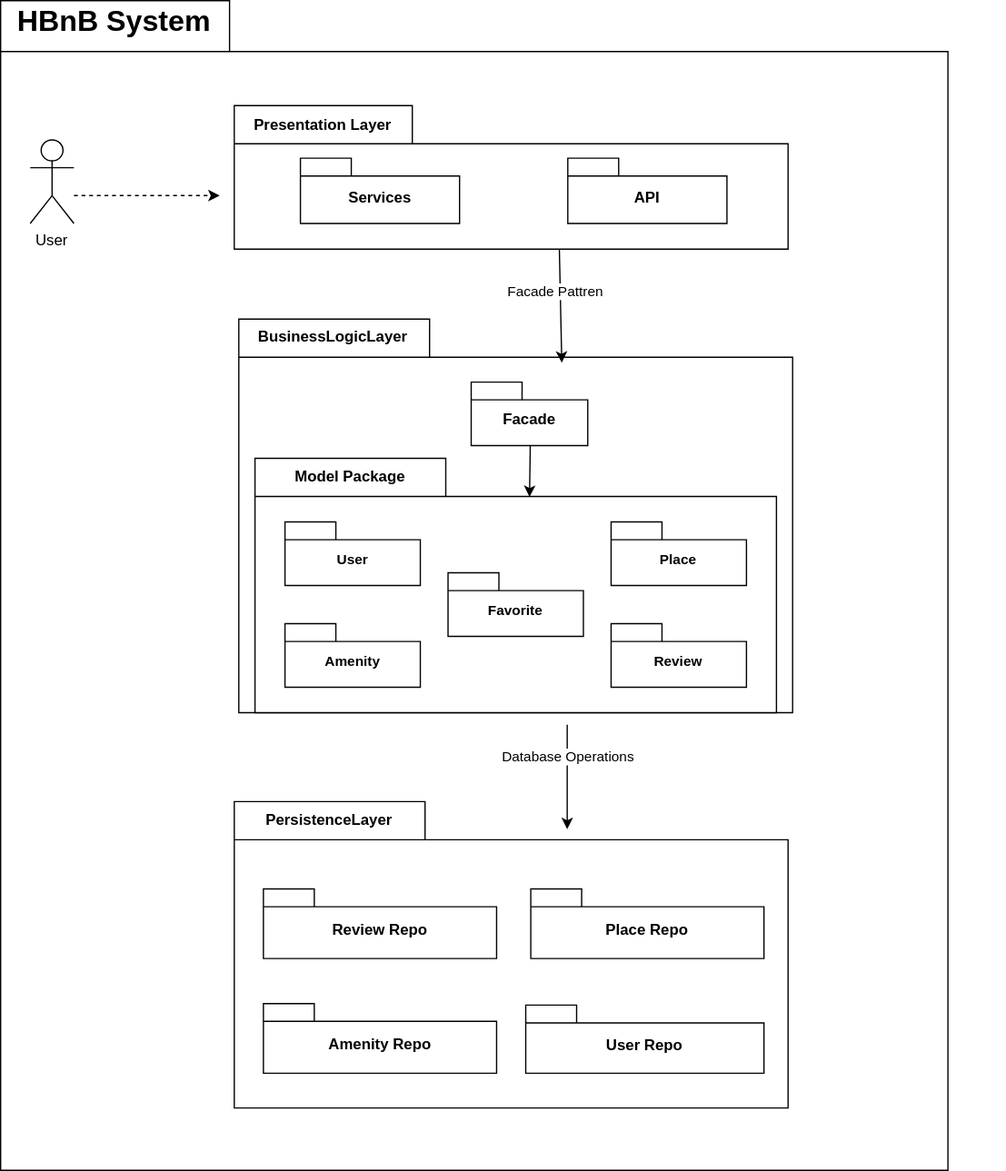
Earlier version of the draw.io export part1/SoftwareArchitecturePatterns/Hbnb_High_Level_Package_Diagram.svg (t8pr/holbertonschool-hbnb). Source tidied: cells renumbered, new cells last; positions are measured from the earlier drawing's top-left corner, leaving out a move shared by most shapes.
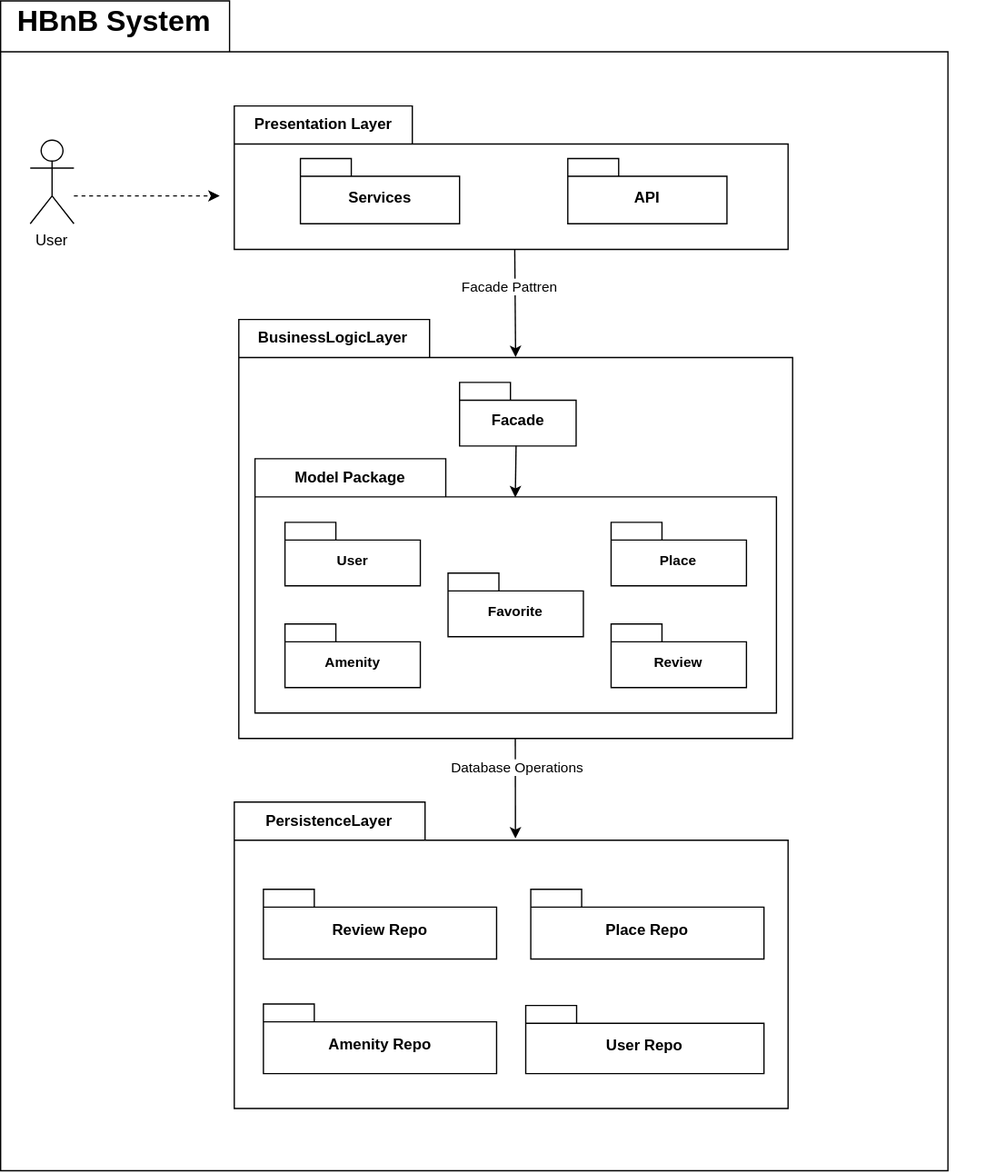
The same file after the commit.

Commit message:
last fixes: high level package diagram

Change to the diagram source:
```diff
@@ -6,7 +6,7 @@
       <mxGeometry width="744.9" height="920" as="geometry" />
     </mxCell>
     <mxCell id="3" value="&lt;font style=&quot;font-size: 12px; color: light-dark(rgb(0, 0, 0), rgb(0, 0, 0));&quot;&gt;BusinessLogicLayer&lt;/font&gt;" style="shape=folder;fontStyle=1;tabWidth=150;tabHeight=30;tabPosition=left;html=1;boundedLbl=1;labelInHeader=1;whiteSpace=wrap;shadow=0;strokeColor=light-dark(#000000,#000000);fillColor=light-dark(#FFFFFF,#FFFFFF);" parent="1" vertex="1">
-      <mxGeometry x="187.3" y="250.5" width="435.4" height="309.5" as="geometry" />
+      <mxGeometry x="187.3" y="250.5" width="435.4" height="329.5" as="geometry" />
     </mxCell>
     <mxCell id="4" value="&lt;font style=&quot;font-size: 12px; color: light-dark(rgb(0, 0, 0), rgb(0, 0, 0));&quot;&gt;Model Package&lt;/font&gt;" style="shape=folder;fontStyle=1;tabWidth=150;tabHeight=30;tabPosition=left;html=1;boundedLbl=1;labelInHeader=1;whiteSpace=wrap;shadow=0;strokeColor=light-dark(#000000,#000000);fillColor=light-dark(#FFFFFF,#FFFFFF);" parent="1" vertex="1">
       <mxGeometry x="200" y="360" width="410" height="200" as="geometry" />
@@ -17,10 +17,10 @@
     <mxCell id="6" value="&lt;font style=&quot;font-size: 12px; color: light-dark(rgb(0, 0, 0), rgb(0, 0, 0));&quot;&gt;Presentation Layer&lt;/font&gt;" style="shape=folder;fontStyle=1;tabWidth=140;tabHeight=30;tabPosition=left;html=1;boundedLbl=1;labelInHeader=1;whiteSpace=wrap;strokeColor=light-dark(#000000,#000000);fillColor=light-dark(#FFFFFF,#FFFFFF);" parent="1" vertex="1">
       <mxGeometry x="183.7" y="82.6" width="435.5" height="112.9" as="geometry" />
     </mxCell>
-    <mxCell id="7" style="endArrow=none;html=1;rounded=0;entryX=0.5;entryY=1;entryDx=0;entryDy=0;entryPerimeter=0;endFill=0;startArrow=classic;startFill=1;exitX=0.5;exitY=0.159;exitDx=0;exitDy=0;exitPerimeter=0;strokeColor=light-dark(#000000,#000000);" parent="1" edge="1">
+    <mxCell id="7" style="endArrow=none;html=1;rounded=0;endFill=0;startArrow=classic;startFill=1;exitX=0.745;exitY=0.119;exitDx=0;exitDy=0;exitPerimeter=0;strokeColor=light-dark(#000000,#000000);" parent="1" edge="1">
       <mxGeometry relative="1" as="geometry">
-        <mxPoint x="445.5" y="651.6" as="sourcePoint" />
-        <mxPoint x="445.5" y="569.5" as="targetPoint" />
+        <mxPoint x="404.8" y="658.7" as="sourcePoint" />
+        <mxPoint x="404.7" y="580" as="targetPoint" />
       </mxGeometry>
     </mxCell>
     <mxCell id="8" value="&lt;font style=&quot;color: light-dark(rgb(0, 0, 0), rgb(0, 0, 0)); background-color: light-dark(rgb(255, 255, 255), rgb(255, 255, 255));&quot;&gt;Database Operations&lt;/font&gt;" style="edgeLabel;html=1;align=center;verticalAlign=middle;strokeColor=light-dark(#000000,#000000);fillColor=light-dark(transparent,#FFFFFF);" parent="7" vertex="1">
@@ -37,9 +37,10 @@
     <mxCell id="11" value="&lt;font style=&quot;color: light-dark(rgb(0, 0, 0), rgb(0, 0, 0));&quot;&gt;Place Repo&lt;/font&gt;" style="shape=folder;fontStyle=1;spacingTop=10;tabWidth=40;tabHeight=14;tabPosition=left;html=1;whiteSpace=wrap;strokeColor=light-dark(#000000,#000000);fillColor=light-dark(#FFFFFF,#FFFFFF);" parent="1" vertex="1">
       <mxGeometry x="416.8" y="698.7" width="183.3" height="54.8" as="geometry" />
     </mxCell>
-    <mxCell id="12" style="endArrow=none;html=1;rounded=0;entryX=0.587;entryY=0.999;entryDx=0;entryDy=0;entryPerimeter=0;endFill=0;startArrow=classic;startFill=1;strokeColor=light-dark(#000000,#000000);" parent="1" edge="1" target="6">
+    <mxCell id="12" style="endArrow=none;html=1;rounded=0;entryX=0.587;entryY=0.999;entryDx=0;entryDy=0;entryPerimeter=0;endFill=0;startArrow=classic;startFill=1;strokeColor=light-dark(#000000,#000000);" parent="1" edge="1">
       <mxGeometry relative="1" as="geometry">
-        <mxPoint x="441.2" y="284.8" as="sourcePoint" />
+        <mxPoint x="404.9" y="280.1" as="sourcePoint" />
+        <mxPoint x="404.2" y="195.4" as="targetPoint" />
       </mxGeometry>
     </mxCell>
     <mxCell id="13" value="&lt;font style=&quot;color: light-dark(rgb(0, 0, 0), rgb(0, 0, 0)); background-color: light-dark(rgb(255, 255, 255), rgb(255, 255, 255));&quot;&gt;Facade Pattren&lt;/font&gt;" style="edgeLabel;html=1;align=center;verticalAlign=middle;strokeColor=light-dark(#000000,#000000);fillColor=light-dark(transparent,#FFFFFF);" parent="12" vertex="1">
@@ -57,7 +58,7 @@
       </mxGeometry>
     </mxCell>
     <mxCell id="16" value="&lt;font style=&quot;color: light-dark(rgb(0, 0, 0), rgb(0, 0, 0));&quot;&gt;Facade&lt;/font&gt;" style="shape=folder;fontStyle=1;spacingTop=10;tabWidth=40;tabHeight=14;tabPosition=left;html=1;whiteSpace=wrap;strokeColor=light-dark(#000000,#000000);fillColor=light-dark(#FFFFFF,#FFFFFF);" parent="1" vertex="1">
-      <mxGeometry x="370" y="300" width="91.6" height="50" as="geometry" />
+      <mxGeometry x="360.9" y="300" width="91.6" height="50" as="geometry" />
     </mxCell>
     <mxCell id="17" value="&lt;font style=&quot;font-size: 11px; color: light-dark(rgb(0, 0, 0), rgb(0, 0, 0));&quot;&gt;User&lt;/font&gt;" style="shape=folder;fontStyle=1;spacingTop=10;tabWidth=40;tabHeight=14;tabPosition=left;html=1;whiteSpace=wrap;strokeColor=light-dark(#000000,#000000);fillColor=light-dark(#FFFFFF,#FFFFFF);" parent="1" vertex="1">
       <mxGeometry x="223.6" y="410" width="106.4" height="50" as="geometry" />
@@ -88,8 +89,8 @@
     </mxCell>
     <mxCell id="26" style="edgeStyle=none;html=1;entryX=0.524;entryY=0.152;entryDx=0;entryDy=0;entryPerimeter=0;" parent="1" edge="1">
       <mxGeometry relative="1" as="geometry">
-        <mxPoint x="416.4" y="350" as="sourcePoint" />
-        <mxPoint x="415.8" y="390.4" as="targetPoint" />
+        <mxPoint x="405.3" y="350" as="sourcePoint" />
+        <mxPoint x="404.7" y="390.4" as="targetPoint" />
       </mxGeometry>
     </mxCell>
   </root>
```
